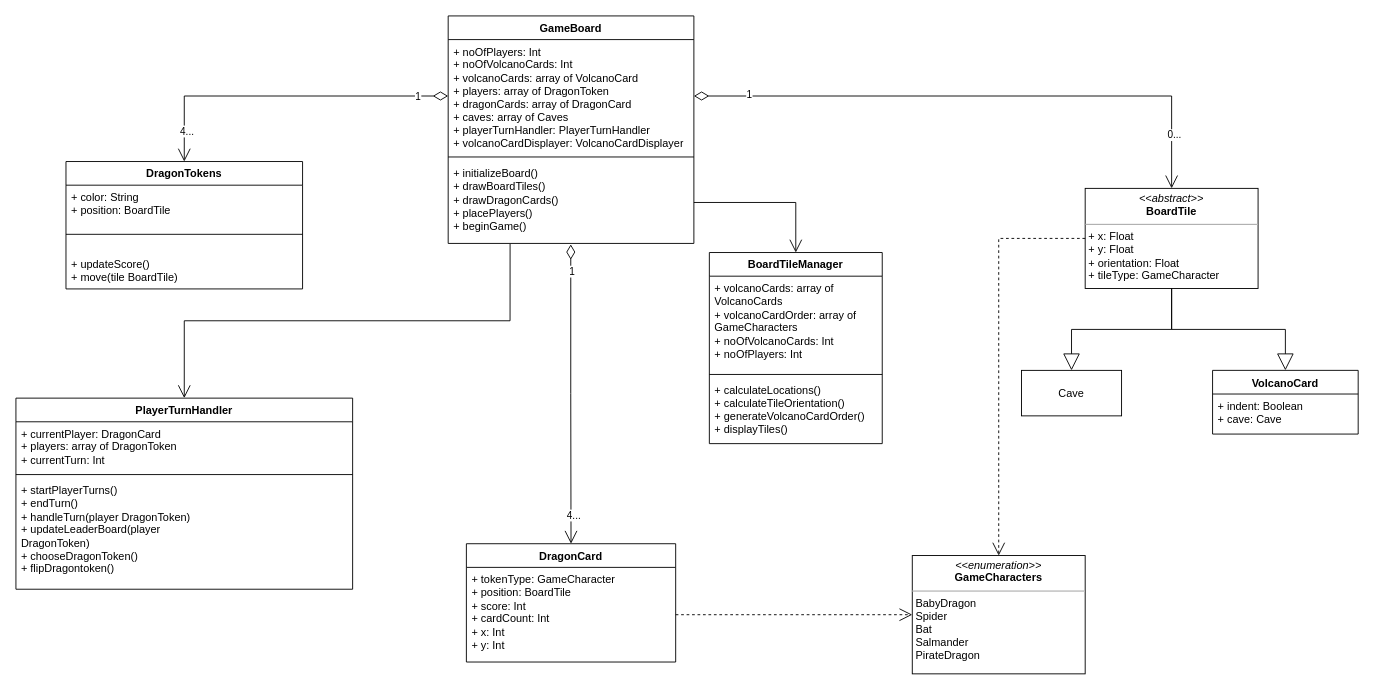
This is page "Page-2" (2 of 2) of Project/Sprint2/docs/FieryDragonClassDiagram.drawio from FahadAssadi/FieryDragons, a draw.io file, before an edit. Source tidied: cells renumbered, new cells numbered last; positions are measured from the earlier drawing's top-left corner, leaving out a move shared by most shapes. Both pictures are drawn from the tidied source at 91%, with x=0, y=0 at pixel (15, 15).
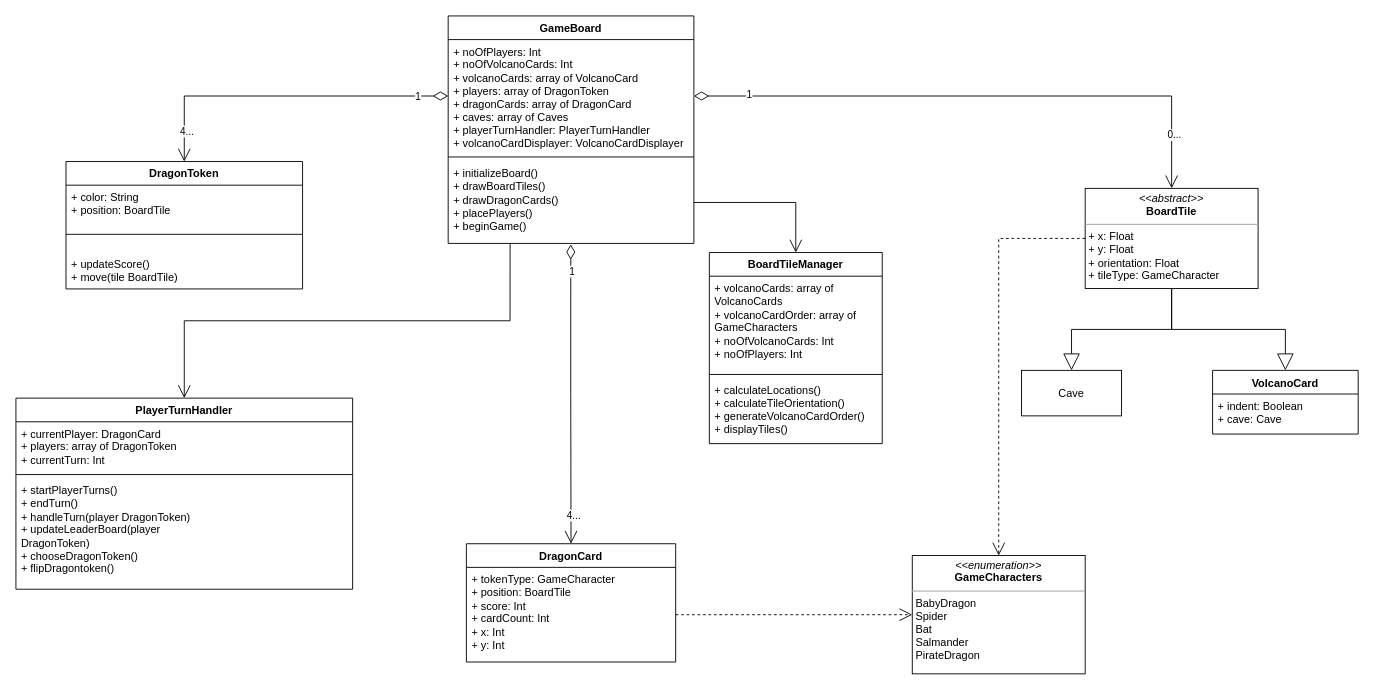
The same diagram, later.

The edit, as a diff of the source:
```diff
@@
-    <mxCell id="11" value="DragonTokens" style="swimlane;fontStyle=1;align=center;verticalAlign=top;horizontal=1;startSize=26;whiteSpace=wrap;html=1;" parent="1" vertex="1">
+    <mxCell id="11" value="DragonToken" style="swimlane;fontStyle=1;align=center;verticalAlign=top;horizontal=1;startSize=26;whiteSpace=wrap;html=1;" parent="1" vertex="1">
       <mxGeometry x="55" y="160" width="260" height="140" as="geometry" />
     </mxCell>
```
